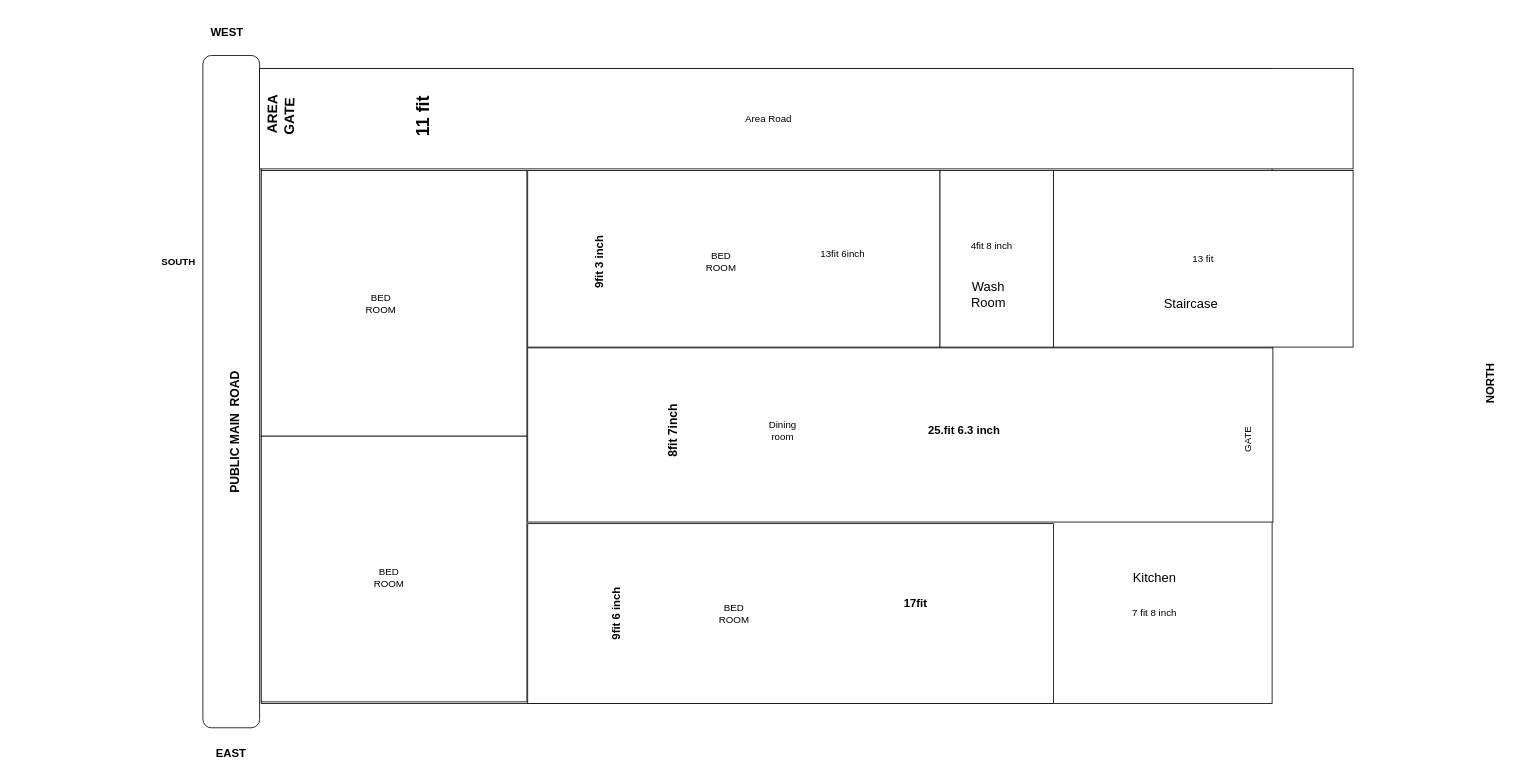
Before: Untitled Diagram.drawio in yeasinalicse/demo, a draw.io diagram. Source tidied: cells renumbered, new cells numbered last; positions are measured from the earlier drawing's top-left corner, leaving out a move shared by most shapes. Both pictures are drawn from the tidied source at 81%, with x=0, y=0 at pixel (122, 19).
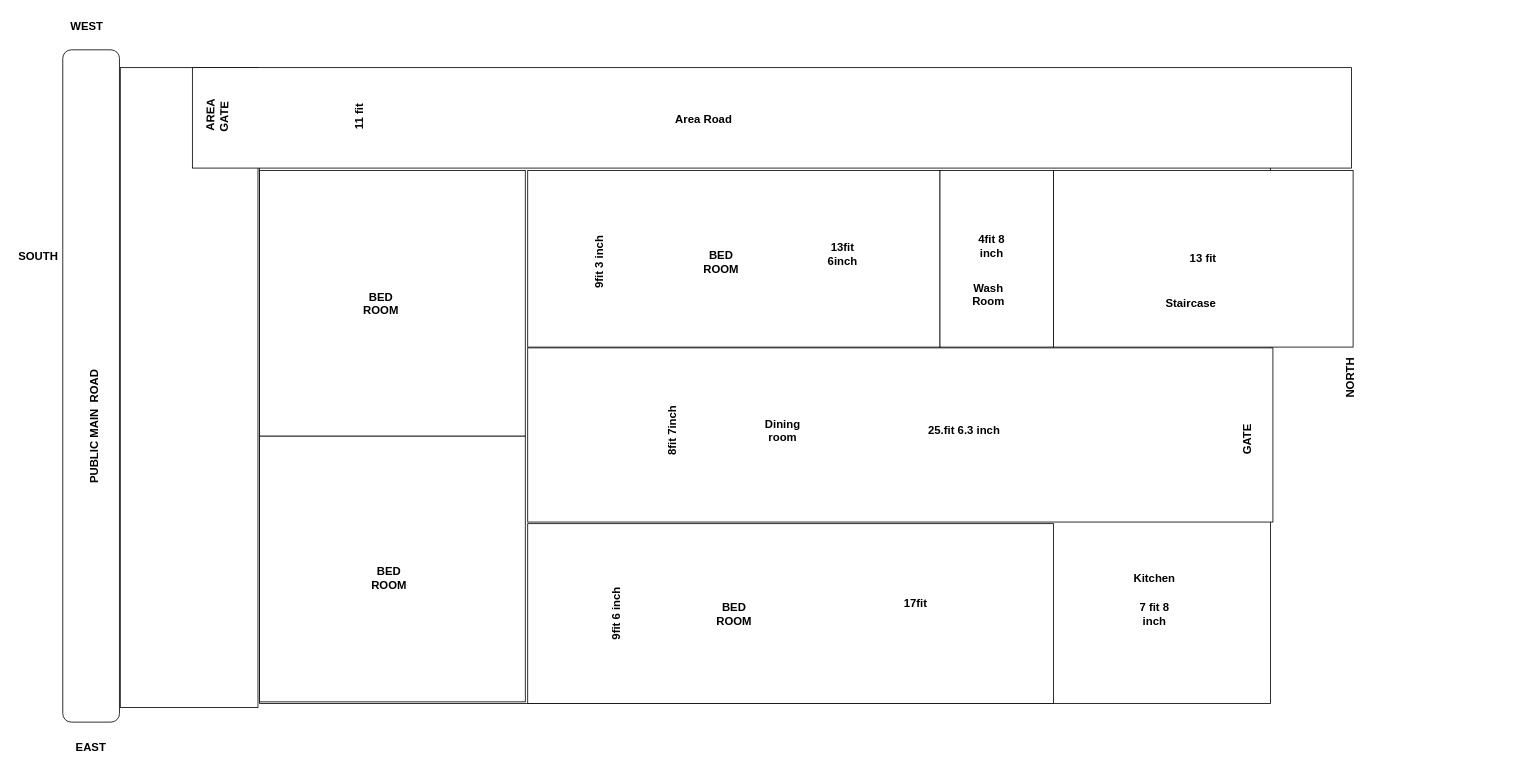
After the change.

Commit message:
blank space correction

Diff of the diagram source:
```diff
@@
-    <mxCell id="2" style="rounded=1;whiteSpace=wrap;html=1;" parent="1" vertex="1">
-      <mxGeometry x="100" y="44" width="70" height="830" as="geometry" />
+    <mxCell id="2" style="rounded=1;whiteSpace=wrap;html=1;fontSize=14;fontStyle=1;" parent="1" vertex="1">
+      <mxGeometry x="-73" y="37" width="70" height="830" as="geometry" />
     </mxCell>
     <mxCell id="3" value="WEST" style="text;html=1;align=center;verticalAlign=middle;whiteSpace=wrap;rounded=0;fontSize=14;fontStyle=1;" parent="1" vertex="1">
-      <mxGeometry x="100" width="60" height="30" as="geometry" />
+      <mxGeometry x="-73" y="-7" width="60" height="30" as="geometry" />
     </mxCell>
     <mxCell id="4" value="EAST" style="text;html=1;align=center;verticalAlign=middle;whiteSpace=wrap;rounded=0;fontSize=14;fontStyle=1;" parent="1" vertex="1">
-      <mxGeometry x="105" y="890" width="60" height="30" as="geometry" />
+      <mxGeometry x="-68" y="883" width="60" height="30" as="geometry" />
     </mxCell>
-    <mxCell id="5" value="SOUTH" style="text;html=1;align=center;verticalAlign=middle;whiteSpace=wrap;rounded=0;fontStyle=1;" parent="1" vertex="1">
-      <mxGeometry x="40" y="284" width="60" height="30" as="geometry" />
+    <mxCell id="5" value="SOUTH" style="text;html=1;align=center;verticalAlign=middle;whiteSpace=wrap;rounded=0;fontStyle=1;fontSize=14;" parent="1" vertex="1">
+      <mxGeometry x="-133" y="277" width="60" height="30" as="geometry" />
     </mxCell>
     <mxCell id="6" value="NORTH" style="text;html=1;align=center;verticalAlign=middle;whiteSpace=wrap;rounded=0;rotation=-90;fontStyle=1;fontSize=14;" parent="1" vertex="1">
-      <mxGeometry x="1660" y="434" width="60" height="30" as="geometry" />
+      <mxGeometry x="1487" y="427" width="60" height="30" as="geometry" />
     </mxCell>
-    <mxCell id="7" style="rounded=0;whiteSpace=wrap;html=1;" parent="1" vertex="1">
-      <mxGeometry x="172" y="60" width="1248" height="784" as="geometry" />
+    <mxCell id="7" style="rounded=0;whiteSpace=wrap;html=1;fontSize=14;fontStyle=1;" parent="1" vertex="1">
+      <mxGeometry x="170" y="60" width="1248" height="784" as="geometry" />
     </mxCell>
-    <mxCell id="8" style="whiteSpace=wrap;html=1;" parent="1" vertex="1">
-      <mxGeometry x="172" y="186" width="328" height="328" as="geometry" />
+    <mxCell id="8" style="whiteSpace=wrap;html=1;fontSize=14;fontStyle=1;" parent="1" vertex="1">
+      <mxGeometry x="170" y="186" width="328" height="328" as="geometry" />
     </mxCell>
-    <mxCell id="9" style="rounded=0;whiteSpace=wrap;html=1;" parent="1" vertex="1">
-      <mxGeometry x="170" y="60" width="1350" height="124" as="geometry" />
-    </mxCell>
-    <mxCell id="10" style="whiteSpace=wrap;html=1;" parent="1" vertex="1">
-      <mxGeometry x="172" y="514" width="328" height="328" as="geometry" />
+    <mxCell id="10" style="whiteSpace=wrap;html=1;fontSize=14;fontStyle=1;" parent="1" vertex="1">
+      <mxGeometry x="170" y="514" width="328" height="328" as="geometry" />
     </mxCell>
-    <mxCell id="11" value="&amp;nbsp;AREA GATE" style="text;html=1;align=center;verticalAlign=middle;whiteSpace=wrap;rounded=0;rotation=-89;fontSize=17;fontStyle=1;" parent="1" vertex="1">
-      <mxGeometry x="167" y="104" width="60" height="30" as="geometry" />
-    </mxCell>
-    <mxCell id="12" value="11 fit" style="text;html=1;align=center;verticalAlign=middle;whiteSpace=wrap;rounded=0;rotation=-90;fontStyle=1;fontSize=22;" parent="1" vertex="1">
-      <mxGeometry x="340" y="104" width="65" height="30" as="geometry" />
-    </mxCell>
-    <mxCell id="13" value="PUBLIC MAIN&amp;nbsp; ROAD" style="text;html=1;align=center;verticalAlign=middle;whiteSpace=wrap;rounded=0;rotation=-90;fontSize=15;fontStyle=1;" parent="1" vertex="1">
-      <mxGeometry y="494" width="278" height="30" as="geometry" />
+    <mxCell id="13" value="PUBLIC MAIN&amp;nbsp; ROAD" style="text;html=1;align=center;verticalAlign=middle;whiteSpace=wrap;rounded=0;rotation=-90;fontSize=14;fontStyle=1;" parent="1" vertex="1">
+      <mxGeometry x="-173" y="487" width="278" height="30" as="geometry" />
     </mxCell>
-    <mxCell id="14" style="rounded=0;whiteSpace=wrap;html=1;" parent="1" vertex="1">
+    <mxCell id="14" style="rounded=0;whiteSpace=wrap;html=1;fontSize=14;fontStyle=1;" parent="1" vertex="1">
       <mxGeometry x="501" y="405" width="920" height="215" as="geometry" />
     </mxCell>
-    <mxCell id="15" value="8fit 7inch" style="text;html=1;align=center;verticalAlign=middle;whiteSpace=wrap;rounded=0;fontSize=15;fontStyle=1;rotation=-90;" parent="1" vertex="1">
+    <mxCell id="15" value="8fit 7inch" style="text;html=1;align=center;verticalAlign=middle;whiteSpace=wrap;rounded=0;fontSize=14;fontStyle=1;rotation=-90;" parent="1" vertex="1">
       <mxGeometry x="610" y="492" width="140" height="30" as="geometry" />
     </mxCell>
@@
-    <mxCell id="17" style="rounded=0;whiteSpace=wrap;html=1;" parent="1" vertex="1">
+    <mxCell id="17" style="rounded=0;whiteSpace=wrap;html=1;fontSize=14;fontStyle=1;" parent="1" vertex="1">
       <mxGeometry x="501" y="622" width="649" height="222" as="geometry" />
     </mxCell>
@@
-    <mxCell id="20" style="rounded=0;whiteSpace=wrap;html=1;" parent="1" vertex="1">
+    <mxCell id="20" style="rounded=0;whiteSpace=wrap;html=1;fontSize=14;fontStyle=1;" parent="1" vertex="1">
       <mxGeometry x="501" y="186" width="509" height="218" as="geometry" />
     </mxCell>
@@
-    <mxCell id="22" value="13fit 6inch" style="text;html=1;align=center;verticalAlign=middle;whiteSpace=wrap;rounded=0;" parent="1" vertex="1">
+    <mxCell id="22" value="13fit 6inch" style="text;html=1;align=center;verticalAlign=middle;whiteSpace=wrap;rounded=0;fontSize=14;fontStyle=1;" parent="1" vertex="1">
       <mxGeometry x="860" y="274" width="60" height="30" as="geometry" />
     </mxCell>
-    <mxCell id="23" style="rounded=0;whiteSpace=wrap;html=1;" parent="1" vertex="1">
+    <mxCell id="23" style="rounded=0;whiteSpace=wrap;html=1;fontSize=14;fontStyle=1;" parent="1" vertex="1">
       <mxGeometry x="1010" y="186" width="140" height="218" as="geometry" />
     </mxCell>
-    <mxCell id="24" value="4fit 8 inch" style="text;html=1;align=center;verticalAlign=middle;whiteSpace=wrap;rounded=0;" parent="1" vertex="1">
+    <mxCell id="24" value="4fit 8 inch" style="text;html=1;align=center;verticalAlign=middle;whiteSpace=wrap;rounded=0;fontSize=14;fontStyle=1;" parent="1" vertex="1">
       <mxGeometry x="1044" y="264" width="60" height="30" as="geometry" />
     </mxCell>
-    <mxCell id="25" value="7 fit 8 inch" style="text;html=1;align=center;verticalAlign=middle;whiteSpace=wrap;rounded=0;" parent="1" vertex="1">
+    <mxCell id="25" value="7 fit 8 inch" style="text;html=1;align=center;verticalAlign=middle;whiteSpace=wrap;rounded=0;fontSize=14;fontStyle=1;" parent="1" vertex="1">
       <mxGeometry x="1245" y="718" width="60" height="30" as="geometry" />
     </mxCell>
-    <mxCell id="26" value="GATE" style="text;html=1;align=center;verticalAlign=middle;whiteSpace=wrap;rounded=0;rotation=-90;" parent="1" vertex="1">
+    <mxCell id="26" value="GATE" style="text;html=1;align=center;verticalAlign=middle;whiteSpace=wrap;rounded=0;rotation=-90;fontSize=14;fontStyle=1;" parent="1" vertex="1">
       <mxGeometry x="1340" y="503" width="100" height="30" as="geometry" />
     </mxCell>
-    <mxCell id="27" style="rounded=0;whiteSpace=wrap;html=1;" parent="1" vertex="1">
+    <mxCell id="27" style="rounded=0;whiteSpace=wrap;html=1;fontSize=14;fontStyle=1;" parent="1" vertex="1">
       <mxGeometry x="1150" y="186" width="370" height="218" as="geometry" />
     </mxCell>
-    <mxCell id="28" value="13 fit" style="text;html=1;align=center;verticalAlign=middle;whiteSpace=wrap;rounded=0;" parent="1" vertex="1">
+    <mxCell id="28" value="13 fit" style="text;html=1;align=center;verticalAlign=middle;whiteSpace=wrap;rounded=0;fontSize=14;fontStyle=1;" parent="1" vertex="1">
       <mxGeometry x="1305" y="280" width="60" height="30" as="geometry" />
     </mxCell>
-    <mxCell id="29" value="Kitchen" style="text;html=1;align=center;verticalAlign=middle;whiteSpace=wrap;rounded=0;fontSize=16;fontStyle=0;" parent="1" vertex="1">
+    <mxCell id="29" value="Kitchen" style="text;html=1;align=center;verticalAlign=middle;whiteSpace=wrap;rounded=0;fontSize=14;fontStyle=1;" parent="1" vertex="1">
       <mxGeometry x="1245" y="674" width="60" height="30" as="geometry" />
     </mxCell>
-    <mxCell id="30" value="Wash Room" style="text;html=1;align=center;verticalAlign=middle;whiteSpace=wrap;rounded=0;fontSize=16;fontStyle=0;" parent="1" vertex="1">
+    <mxCell id="30" value="Wash Room" style="text;html=1;align=center;verticalAlign=middle;whiteSpace=wrap;rounded=0;fontSize=14;fontStyle=1;" parent="1" vertex="1">
       <mxGeometry x="1040" y="324" width="60" height="30" as="geometry" />
     </mxCell>
-    <mxCell id="31" value="Staircase" style="text;html=1;align=center;verticalAlign=middle;whiteSpace=wrap;rounded=0;fontSize=16;fontStyle=0;" parent="1" vertex="1">
+    <mxCell id="31" value="Staircase" style="text;html=1;align=center;verticalAlign=middle;whiteSpace=wrap;rounded=0;fontSize=14;fontStyle=1;" parent="1" vertex="1">
       <mxGeometry x="1290" y="335" width="60" height="30" as="geometry" />
     </mxCell>
-    <mxCell id="32" value="BED ROOM" style="text;html=1;align=center;verticalAlign=middle;whiteSpace=wrap;rounded=0;" parent="1" vertex="1">
+    <mxCell id="32" value="BED ROOM" style="text;html=1;align=center;verticalAlign=middle;whiteSpace=wrap;rounded=0;fontSize=14;fontStyle=1;" parent="1" vertex="1">
       <mxGeometry x="290" y="335" width="60" height="30" as="geometry" />
     </mxCell>
-    <mxCell id="33" value="BED ROOM" style="text;html=1;align=center;verticalAlign=middle;whiteSpace=wrap;rounded=0;" parent="1" vertex="1">
+    <mxCell id="33" value="BED ROOM" style="text;html=1;align=center;verticalAlign=middle;whiteSpace=wrap;rounded=0;fontSize=14;fontStyle=1;" parent="1" vertex="1">
       <mxGeometry x="300" y="674" width="60" height="30" as="geometry" />
     </mxCell>
-    <mxCell id="34" value="BED ROOM" style="text;html=1;align=center;verticalAlign=middle;whiteSpace=wrap;rounded=0;" parent="1" vertex="1">
+    <mxCell id="34" value="BED ROOM" style="text;html=1;align=center;verticalAlign=middle;whiteSpace=wrap;rounded=0;fontSize=14;fontStyle=1;" parent="1" vertex="1">
       <mxGeometry x="710" y="284" width="60" height="30" as="geometry" />
     </mxCell>
-    <mxCell id="35" value="BED ROOM" style="text;html=1;align=center;verticalAlign=middle;whiteSpace=wrap;rounded=0;" parent="1" vertex="1">
+    <mxCell id="35" value="BED ROOM" style="text;html=1;align=center;verticalAlign=middle;whiteSpace=wrap;rounded=0;fontSize=14;fontStyle=1;" parent="1" vertex="1">
       <mxGeometry x="725.5" y="718" width="60" height="30" as="geometry" />
     </mxCell>
-    <mxCell id="36" value="Dining room" style="text;html=1;align=center;verticalAlign=middle;whiteSpace=wrap;rounded=0;" parent="1" vertex="1">
+    <mxCell id="36" value="Dining room" style="text;html=1;align=center;verticalAlign=middle;whiteSpace=wrap;rounded=0;fontSize=14;fontStyle=1;" parent="1" vertex="1">
       <mxGeometry x="785.5" y="492" width="60" height="30" as="geometry" />
     </mxCell>
+    <mxCell id="38" style="rounded=0;whiteSpace=wrap;html=1;" parent="1" vertex="1">
+      <mxGeometry x="-2" y="59" width="170" height="790" as="geometry" />
+    </mxCell>
+    <mxCell id="39" style="rounded=0;html=1;fontSize=14;fontStyle=1;whiteSpace=wrap;textShadow=0;" parent="1" vertex="1">
+      <mxGeometry x="87" y="59" width="1431" height="124" as="geometry" />
+    </mxCell>
+    <mxCell id="11" value="&amp;nbsp;AREA GATE" style="text;html=1;align=center;verticalAlign=middle;whiteSpace=wrap;rounded=0;rotation=-89;fontSize=14;fontStyle=1;" parent="1" vertex="1">
+      <mxGeometry x="87" y="104.5" width="60" height="30" as="geometry" />
+    </mxCell>
+    <mxCell id="12" value="11 fit" style="text;html=1;align=center;verticalAlign=middle;whiteSpace=wrap;rounded=0;rotation=-90;fontStyle=1;fontSize=14;" parent="1" vertex="1">
+      <mxGeometry x="260" y="104.5" width="65" height="30" as="geometry" />
+    </mxCell>
-    <mxCell id="37" value="Area Road" style="text;html=1;align=center;verticalAlign=middle;whiteSpace=wrap;rounded=0;" parent="1" vertex="1">
-      <mxGeometry x="725.5" y="107" width="144.5" height="30" as="geometry" />
+    <mxCell id="37" value="Area Road" style="text;html=1;align=center;verticalAlign=middle;whiteSpace=wrap;rounded=0;fontSize=14;fontStyle=1;" parent="1" vertex="1">
+      <mxGeometry x="645.5" y="107.5" width="144.5" height="30" as="geometry" />
     </mxCell>
```
